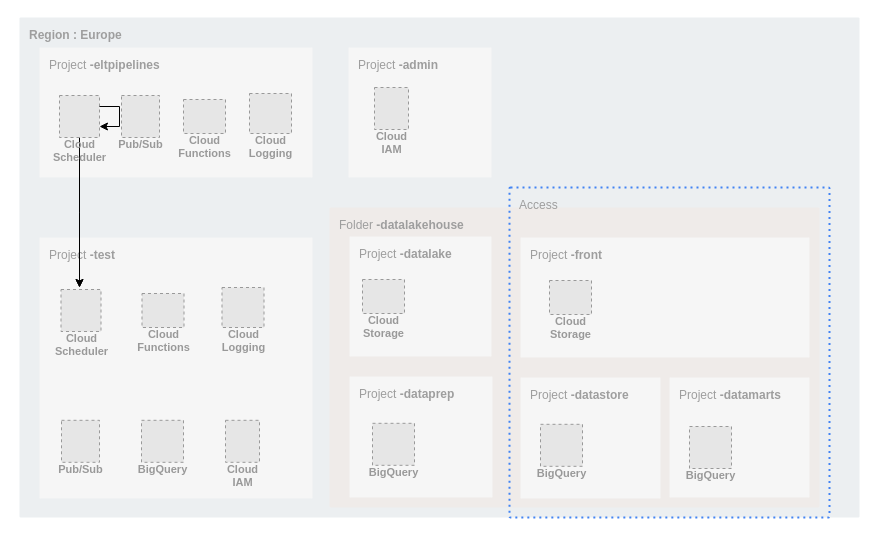
Earlier version of the draw.io diagram GCP_dataplatform_architecture.drawio (brocolidata/diagrams_studio). Source tidied: cells renumbered, new cells numbered last; positions are measured from the earlier drawing's top-left corner, leaving out a move shared by most shapes. Both pictures are drawn from the tidied source at 100%, with x=0, y=0 at pixel (19, 17). Pictures stored in the file or linked from it are replaced by grey dashed boxes.
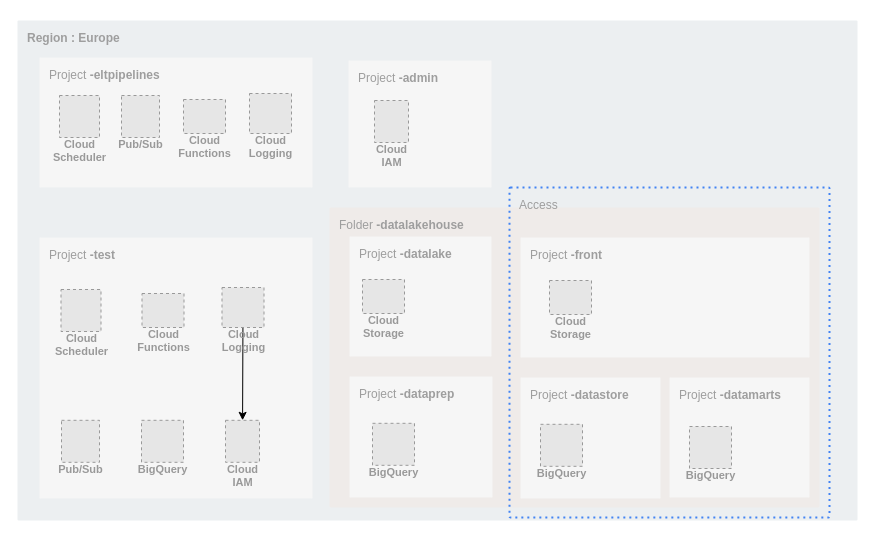
The same page after the edit.

Commit message (it also covers changes not shown here):
fix: remove unused edges

Unchanged cells that the change refers to:
```xml
<mxCell id="14" value="Cloud&lt;br&gt;Scheduler" style="fillColor=#E6E6E6;strokeColor=#999999;dashed=1;html=1;verticalAlign=top;labelPosition=center;verticalLabelPosition=bottom;align=center;spacingTop=-6;fontSize=11;fontStyle=1;fontColor=#999999;" parent="1" vertex="1">
  <mxGeometry x="40" y="78" width="40" height="42" as="geometry" />
</mxCell>
<mxCell id="19" value="Cloud&#10;IAM" style="fillColor=#E6E6E6;strokeColor=#999999;dashed=1;html=1;verticalAlign=top;labelPosition=center;verticalLabelPosition=bottom;align=center;spacingTop=-6;fontSize=11;fontStyle=1;fontColor=#999999;" parent="1" vertex="1">
  <mxGeometry x="206" y="402.8" width="34" height="42" as="geometry" />
</mxCell>
<mxCell id="26" value="Cloud&#10;Logging" style="fillColor=#E6E6E6;strokeColor=#999999;dashed=1;html=1;verticalAlign=top;labelPosition=center;verticalLabelPosition=bottom;align=center;spacingTop=-6;fontSize=11;fontStyle=1;fontColor=#999999;" parent="1" vertex="1">
  <mxGeometry x="202.5" y="270" width="42" height="40" as="geometry" />
</mxCell>
```

Diff of the diagram source:
```diff
@@
     <mxCell id="2" value="&lt;b&gt;Region : Europe&lt;/b&gt;" style="sketch=0;rounded=1;absoluteArcSize=1;arcSize=2;html=1;strokeColor=none;gradientColor=none;shadow=0;dashed=0;fontSize=12;fontColor=#9E9E9E;align=left;verticalAlign=top;spacing=10;spacingTop=-4;fillColor=#ECEFF1;" parent="1" vertex="1">
-      <mxGeometry width="840" height="500" as="geometry" />
+      <mxGeometry x="-2" y="3" width="840" height="500" as="geometry" />
     </mxCell>
@@
     <mxCell id="5" value="Project &lt;b&gt;-eltpipelines&lt;/b&gt;" style="sketch=0;rounded=1;absoluteArcSize=1;arcSize=2;html=1;strokeColor=none;gradientColor=none;shadow=0;dashed=0;fontSize=12;fontColor=#9E9E9E;align=left;verticalAlign=top;spacing=10;spacingTop=-4;fillColor=#F6F6F6;" parent="1" vertex="1">
-      <mxGeometry x="20" y="30" width="273" height="130" as="geometry" />
+      <mxGeometry x="20" y="40" width="273" height="130" as="geometry" />
     </mxCell>
@@
-    <mxCell id="12" style="edgeStyle=orthogonalEdgeStyle;rounded=0;jettySize=auto;html=1;fontSize=6;" parent="1" edge="1" source="14">
-      <mxGeometry relative="1" as="geometry">
-        <mxPoint x="60" y="270" as="targetPoint" />
-      </mxGeometry>
-    </mxCell>
-    <mxCell id="13" style="edgeStyle=orthogonalEdgeStyle;rounded=0;jettySize=auto;html=1;fontSize=6;" parent="1" edge="1" source="14">
-      <mxGeometry relative="1" as="geometry">
-        <mxPoint x="60" y="270" as="targetPoint" />
-      </mxGeometry>
-    </mxCell>
@@
-    <mxCell id="15" style="edgeStyle=orthogonalEdgeStyle;rounded=0;orthogonalLoop=1;jettySize=auto;html=1;" parent="1" edge="1" source="14" target="14">
-      <mxGeometry relative="1" as="geometry" />
-    </mxCell>
@@
     <mxCell id="17" value="Project &lt;b&gt;-admin&lt;/b&gt;" style="sketch=0;rounded=1;absoluteArcSize=1;arcSize=2;html=1;strokeColor=none;gradientColor=none;shadow=0;dashed=0;fontSize=12;fontColor=#9E9E9E;align=left;verticalAlign=top;spacing=10;spacingTop=-4;fillColor=#F6F6F6;" parent="1" vertex="1">
-      <mxGeometry x="329" y="30" width="143" height="130" as="geometry" />
+      <mxGeometry x="329" y="43" width="143" height="127" as="geometry" />
     </mxCell>
     <mxCell id="18" value="Cloud&#10;IAM" style="fillColor=#E6E6E6;strokeColor=#999999;dashed=1;html=1;verticalAlign=top;labelPosition=center;verticalLabelPosition=bottom;align=center;spacingTop=-6;fontSize=11;fontStyle=1;fontColor=#999999;" parent="1" vertex="1">
-      <mxGeometry x="355" y="70" width="34" height="42" as="geometry" />
+      <mxGeometry x="355" y="83" width="34" height="42" as="geometry" />
     </mxCell>
@@
+    <mxCell id="32" style="edgeStyle=none;html=1;" parent="1" edge="1" source="26" target="19">
+      <mxGeometry relative="1" as="geometry" />
+    </mxCell>
```
